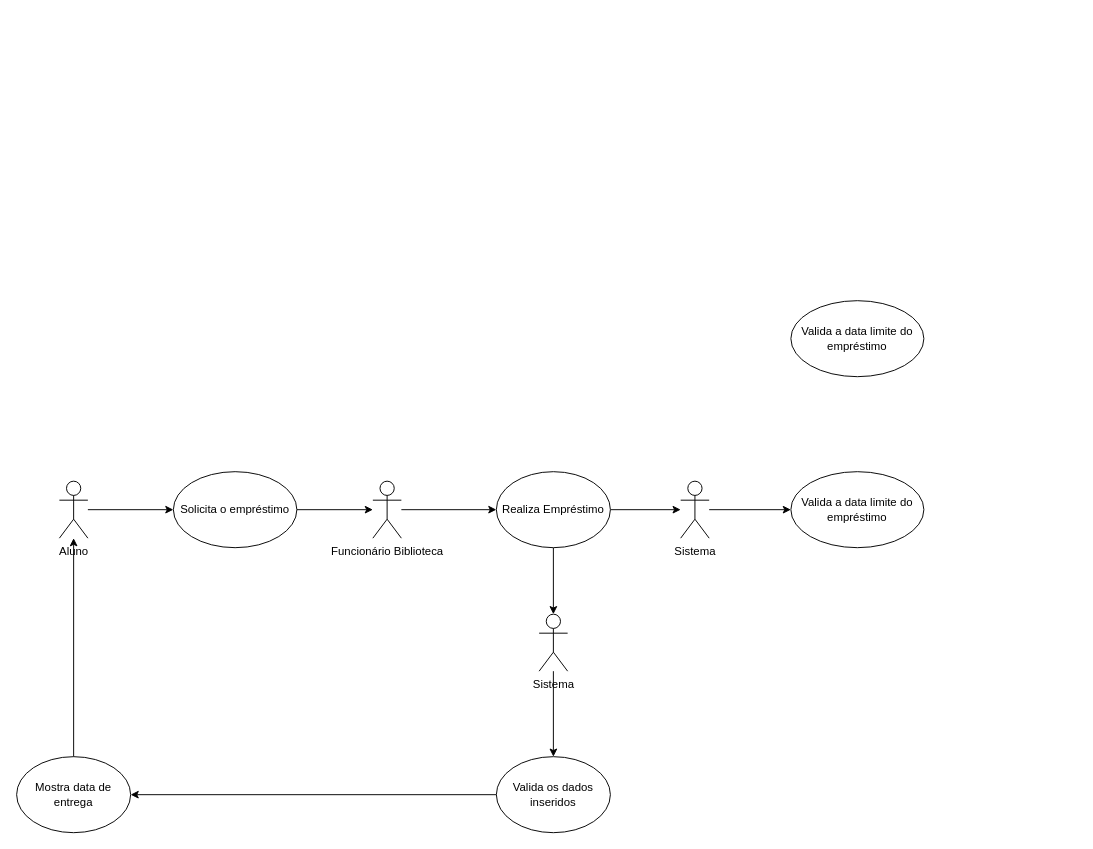
Earlier version of the draw.io diagram Praticas/pratica1.drawio (joaoabreu1/tpsi-progoo-2074622). Source tidied: cells renumbered, new cells numbered last; positions are measured from the earlier drawing's top-left corner, leaving out a move shared by most shapes. Both pictures are drawn from the tidied source at 95%, with x=0, y=0 at pixel (16, 300).
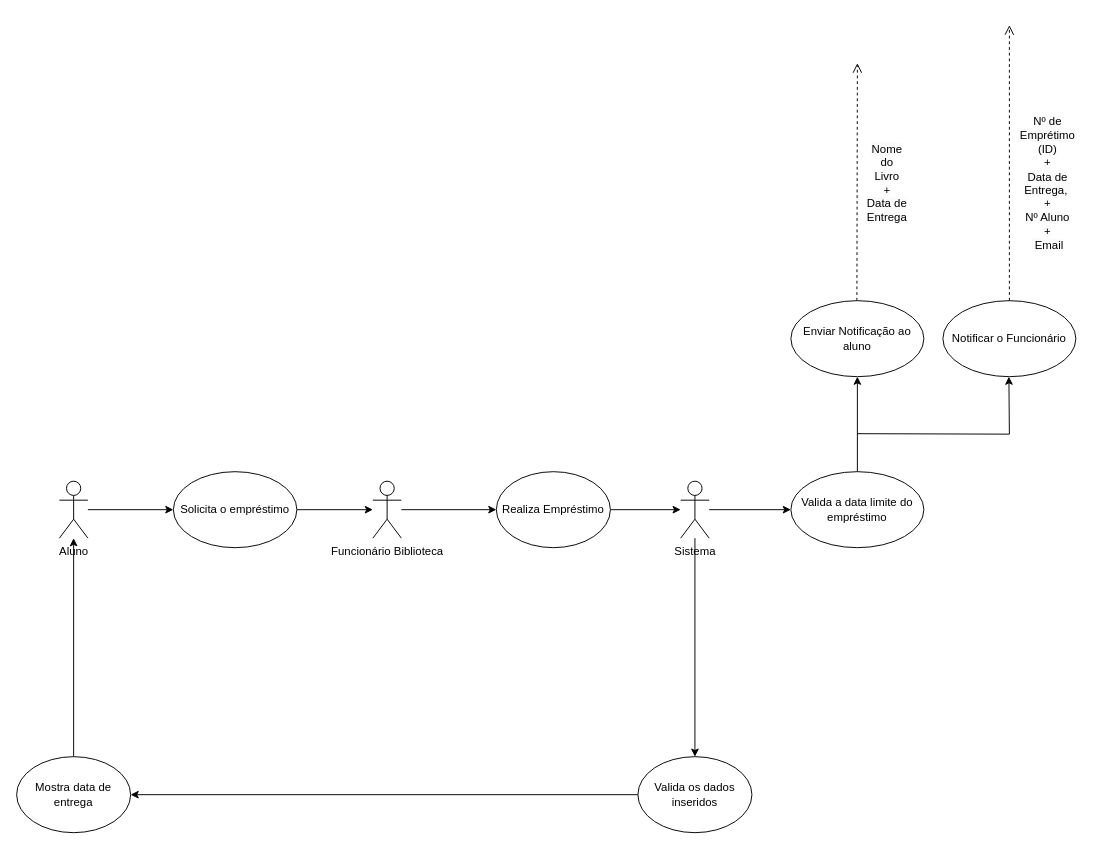
The same diagram, later.

The change refers to these unchanged cells:
```xml
<mxCell id="4" value="Realiza Empréstimo" style="ellipse;whiteSpace=wrap;html=1;" parent="1" vertex="1">
  <mxGeometry x="505" y="180" width="120" height="80" as="geometry" />
</mxCell>
<mxCell id="7" value="Valida a data limite do empréstimo" style="ellipse;whiteSpace=wrap;html=1;" parent="1" vertex="1">
  <mxGeometry x="815" y="180" width="140" height="80" as="geometry" />
</mxCell>
<mxCell id="9" value="Sistema" style="shape=umlActor;verticalLabelPosition=bottom;verticalAlign=top;html=1;outlineConnect=0;" parent="1" vertex="1">
  <mxGeometry x="699" y="190" width="30" height="60" as="geometry" />
</mxCell>
```

Diff of the diagram source:
```diff
@@
-    <mxCell id="3" style="edgeStyle=orthogonalEdgeStyle;rounded=0;jettySize=auto;html=1;" parent="1" edge="1" source="4" target="11">
-      <mxGeometry relative="1" as="geometry" />
-    </mxCell>
@@
+    <mxCell id="21" style="edgeStyle=orthogonalEdgeStyle;rounded=0;jettySize=auto;html=1;" parent="1" edge="1" source="7" target="22">
+      <mxGeometry relative="1" as="geometry" />
+    </mxCell>
@@
-    <mxCell id="10" style="edgeStyle=orthogonalEdgeStyle;rounded=0;jettySize=auto;html=1;" parent="1" edge="1" source="11" target="15">
-      <mxGeometry relative="1" as="geometry" />
+    <mxCell id="10" style="edgeStyle=orthogonalEdgeStyle;rounded=0;jettySize=auto;html=1;entryX=0.5;entryY=0;entryDx=0;entryDy=0;" parent="1" edge="1" source="9" target="15">
+      <mxGeometry relative="1" as="geometry">
+        <Array as="points">
+          <mxPoint x="714" y="470" />
+          <mxPoint x="714" y="470" />
+        </Array>
+      </mxGeometry>
     </mxCell>
-    <mxCell id="11" value="Sistema" style="shape=umlActor;verticalLabelPosition=bottom;verticalAlign=top;html=1;outlineConnect=0;" parent="1" vertex="1">
-      <mxGeometry x="550" y="330" width="30" height="60" as="geometry" />
-    </mxCell>
@@
     <mxCell id="15" value="Valida os dados inseridos" style="ellipse;whiteSpace=wrap;html=1;" parent="1" vertex="1">
-      <mxGeometry x="505" y="480" width="120" height="80" as="geometry" />
+      <mxGeometry x="654" y="480" width="120" height="80" as="geometry" />
     </mxCell>
@@
-    <mxCell id="20" value="Valida a data limite do empréstimo" style="ellipse;whiteSpace=wrap;html=1;" parent="1" vertex="1">
-      <mxGeometry x="815" width="140" height="80" as="geometry" />
-    </mxCell>
+    <mxCell id="22" value="Enviar Notificação ao aluno" style="ellipse;whiteSpace=wrap;html=1;" parent="1" vertex="1">
+      <mxGeometry x="815" width="140" height="80" as="geometry" />
+    </mxCell>
+    <mxCell id="23" value="Notificar o Funcionário" style="ellipse;whiteSpace=wrap;html=1;" parent="1" vertex="1">
+      <mxGeometry x="975" width="140" height="80" as="geometry" />
+    </mxCell>
+    <mxCell id="24" style="edgeStyle=orthogonalEdgeStyle;rounded=0;orthogonalLoop=1;jettySize=auto;html=1;" parent="1" edge="1">
+      <mxGeometry relative="1" as="geometry">
+        <mxPoint x="885" y="140" as="sourcePoint" />
+        <mxPoint x="1044.5" y="80" as="targetPoint" />
+      </mxGeometry>
+    </mxCell>
+    <mxCell id="25" value="&lt;span style=&quot;font-size: 12px; text-wrap-mode: wrap; background-color: rgb(251, 251, 251);&quot;&gt;Nº de Emprétimo (ID)&lt;br&gt;+&lt;br&gt;Data de Entrega,&amp;nbsp;&lt;/span&gt;&lt;div&gt;&lt;span style=&quot;font-size: 12px; text-wrap-mode: wrap; background-color: rgb(251, 251, 251);&quot;&gt;+&lt;br&gt;Nº Aluno&lt;br&gt;+&lt;br&gt;&amp;nbsp;Email&lt;/span&gt;&lt;/div&gt;" style="html=1;verticalAlign=bottom;endArrow=open;dashed=1;endSize=8;curved=0;rounded=0;exitX=0.5;exitY=0;exitDx=0;exitDy=0;" parent="1" edge="1" source="23">
+      <mxGeometry x="-0.66" y="-40" relative="1" as="geometry">
+        <mxPoint x="1045" y="-290" as="targetPoint" />
+      </mxGeometry>
+    </mxCell>
+    <mxCell id="26" value="&lt;span style=&quot;font-size: 12px; text-wrap-mode: wrap; background-color: rgb(251, 251, 251);&quot;&gt;Nome do Livro&lt;br&gt;+&lt;br&gt;Data de Entrega&lt;/span&gt;" style="html=1;verticalAlign=bottom;endArrow=open;dashed=1;endSize=8;curved=0;rounded=0;exitX=0.5;exitY=0;exitDx=0;exitDy=0;" parent="1" edge="1">
+      <mxGeometry x="-0.38" y="-30" relative="1" as="geometry">
+        <mxPoint x="884.5" as="sourcePoint" />
+        <mxPoint x="885" y="-250" as="targetPoint" />
+        <mxPoint x="1" as="offset" />
+      </mxGeometry>
+    </mxCell>
```
